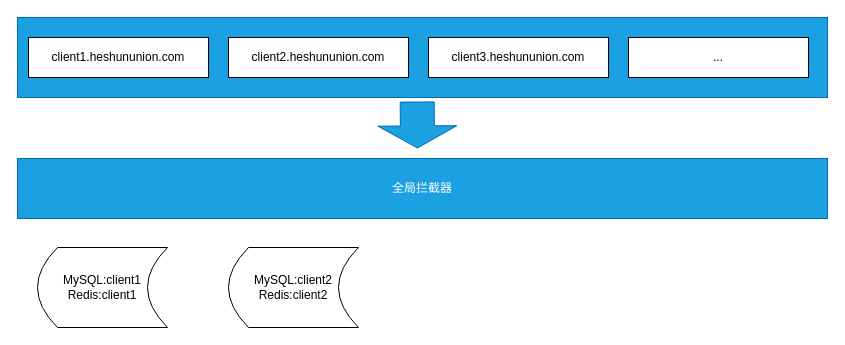
Before: 动态数据源示意图.drawio in RobertHan215/learning-uml, a draw.io diagram. Source tidied: cells renumbered, new cells numbered last; positions are measured from the earlier drawing's top-left corner, leaving out a move shared by most shapes. Both pictures are drawn from the tidied source at 100%, with x=0, y=0 at pixel (17, 17).
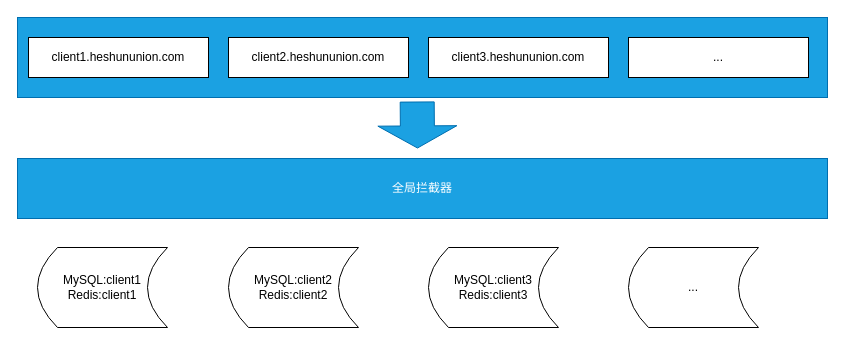
After the change.

Commit message:
更新动态数据源示意图.drawio

What changed in the source:
```diff
@@
 <mxGraphModel>
   <root>
     <mxCell id="0" />
     <mxCell id="1" parent="0" />
     <mxCell id="2" style="rounded=0;whiteSpace=wrap;html=1;fillColor=#1ba1e2;fontColor=#ffffff;strokeColor=#006EAF;" parent="1" vertex="1">
       <mxGeometry width="810" height="80" as="geometry" />
     </mxCell>
     <mxCell id="3" value="client1.heshununion.com" style="rounded=0;whiteSpace=wrap;html=1;" parent="1" vertex="1">
       <mxGeometry x="11" y="20" width="180" height="40" as="geometry" />
     </mxCell>
     <mxCell id="4" value="client2.heshununion.com" style="rounded=0;whiteSpace=wrap;html=1;" parent="1" vertex="1">
       <mxGeometry x="211" y="20" width="180" height="40" as="geometry" />
     </mxCell>
     <mxCell id="5" value="client3.heshununion.com" style="rounded=0;whiteSpace=wrap;html=1;" parent="1" vertex="1">
       <mxGeometry x="411" y="20" width="180" height="40" as="geometry" />
     </mxCell>
     <mxCell id="6" value="..." style="rounded=0;whiteSpace=wrap;html=1;" parent="1" vertex="1">
       <mxGeometry x="611" y="20" width="180" height="40" as="geometry" />
     </mxCell>
     <mxCell id="7" value="全局拦截器" style="rounded=0;whiteSpace=wrap;html=1;fillColor=#1ba1e2;fontColor=#ffffff;strokeColor=#006EAF;" parent="1" vertex="1">
       <mxGeometry y="141" width="810" height="60" as="geometry" />
     </mxCell>
     <mxCell id="8" style="shape=flexArrow;endArrow=classic;html=1;rounded=0;exitX=0.528;exitY=1.038;exitDx=0;exitDy=0;exitPerimeter=0;width=34;endSize=7.03;endWidth=44;fillColor=#1ba1e2;strokeColor=#006EAF;" parent="1" edge="1">
       <mxGeometry relative="1" as="geometry">
         <mxPoint x="399.7" y="84" as="sourcePoint" />
         <mxPoint x="400" y="131" as="targetPoint" />
       </mxGeometry>
     </mxCell>
     <mxCell id="9" value="MySQL:client1&lt;br&gt;Redis:client1" style="shape=dataStorage;whiteSpace=wrap;html=1;fixedSize=1;" parent="1" vertex="1">
       <mxGeometry x="20" y="230" width="130" height="80" as="geometry" />
     </mxCell>
     <mxCell id="10" value="MySQL:client2&lt;br&gt;Redis:client2" style="shape=dataStorage;whiteSpace=wrap;html=1;fixedSize=1;" parent="1" vertex="1">
       <mxGeometry x="211" y="230" width="130" height="80" as="geometry" />
     </mxCell>
+    <mxCell id="11" value="MySQL:client3&lt;br&gt;Redis:client3" style="shape=dataStorage;whiteSpace=wrap;html=1;fixedSize=1;" parent="1" vertex="1">
+      <mxGeometry x="411" y="230" width="130" height="80" as="geometry" />
+    </mxCell>
+    <mxCell id="12" value="..." style="shape=dataStorage;whiteSpace=wrap;html=1;fixedSize=1;" parent="1" vertex="1">
+      <mxGeometry x="611" y="230" width="130" height="80" as="geometry" />
+    </mxCell>
   </root>
 </mxGraphModel>
```
